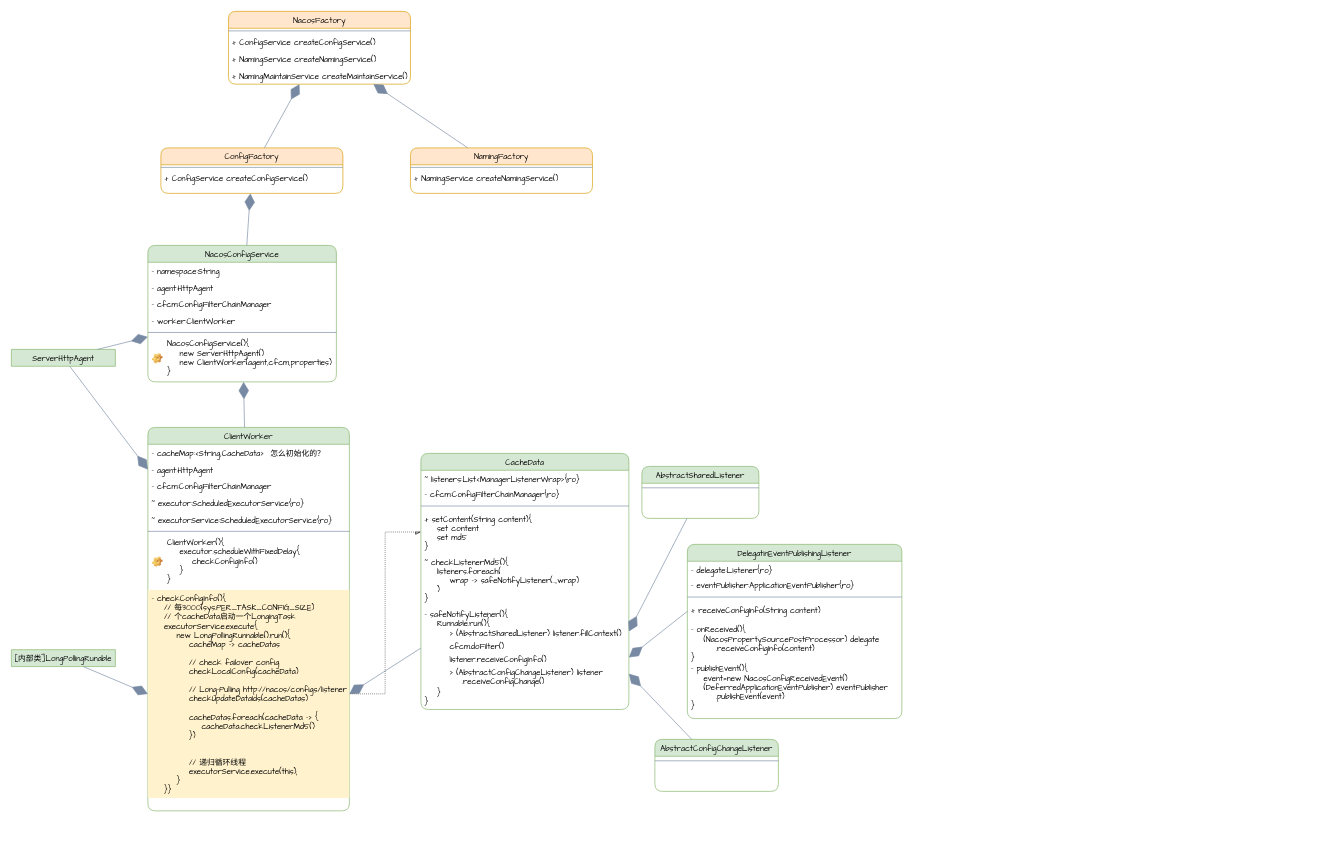
Above: page "Nacos类图梳理" (2 of 2) of diagrams.net/Nacos架构梳理.drawio in ZhengweiHou/simplegit (draw.io), before the change. Source tidied: cells renumbered, new cells numbered last; positions are measured from the earlier drawing's top-left corner, leaving out a move shared by most shapes. Both pictures are drawn from the tidied source at 65%, with x=0, y=0 at pixel (11, 11).
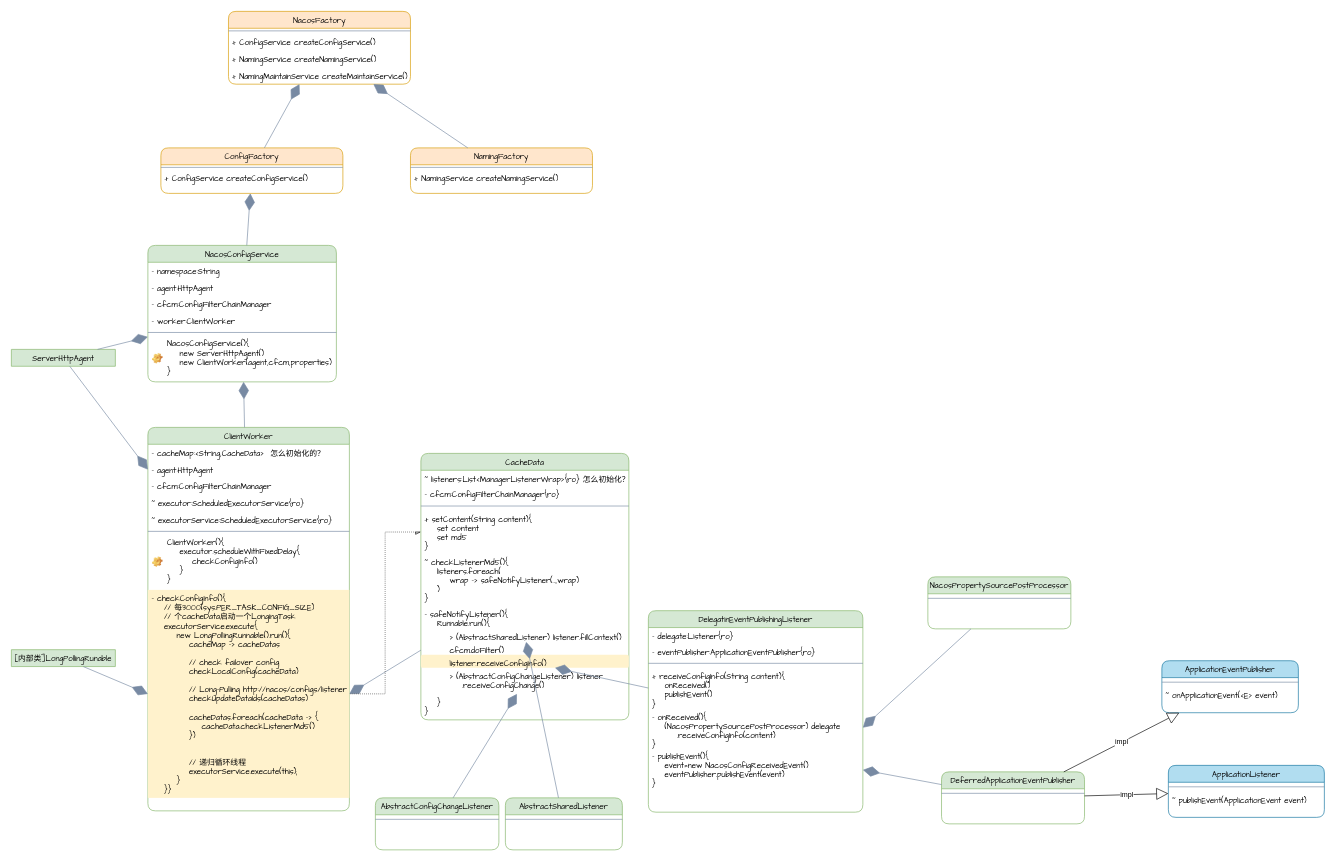
The same diagram, later.

Change to the diagram source:
```diff
@@
     <mxCell id="38" value="CacheData" style="swimlane;fontStyle=0;align=center;verticalAlign=top;horizontal=1;startSize=26;shadow=0;strokeWidth=1;fillColor=#d5e8d4;strokeColor=#82b366;fontFamily=Comic Sans MS;fontColor=#000000;rounded=1;sketch=0;" parent="1" vertex="1">
-      <mxGeometry x="630" y="680" width="320" height="394" as="geometry" />
+      <mxGeometry x="630" y="680" width="320" height="410" as="geometry" />
     </mxCell>
-    <mxCell id="39" value="~ listeners:List&lt;ManagerListenerWrap&gt;{ro}" style="text;strokeColor=none;fillColor=none;align=left;verticalAlign=top;spacingLeft=4;spacingRight=4;overflow=hidden;rounded=1;sketch=0;fontFamily=Comic Sans MS;fontColor=#000000;" parent="38" vertex="1">
+    <mxCell id="39" value="~ listeners:List&lt;ManagerListenerWrap&gt;{ro} 怎么初始化？" style="text;strokeColor=none;fillColor=none;align=left;verticalAlign=top;spacingLeft=4;spacingRight=4;overflow=hidden;rounded=1;sketch=0;fontFamily=Comic Sans MS;fontColor=#000000;" parent="38" vertex="1">
       <mxGeometry y="26" width="320" height="24" as="geometry" />
     </mxCell>
@@
-    <mxCell id="44" value="- safeNotifyListener(){&#10;    Runnable.run(){" style="text;strokeColor=none;fillColor=none;align=left;verticalAlign=top;spacingLeft=4;spacingRight=4;overflow=hidden;rounded=1;sketch=0;fontFamily=Comic Sans MS;fontColor=#000000;" parent="38" vertex="1">
-      <mxGeometry y="234" width="320" height="30" as="geometry" />
+    <mxCell id="44" value="- safeNotifyListener(){&#10;    Runnable.run(){" style="text;strokeColor=none;fillColor=none;align=left;verticalAlign=top;spacingLeft=4;spacingRight=4;overflow=hidden;rounded=1;sketch=0;fontFamily=Comic Sans MS;" parent="38" vertex="1">
+      <mxGeometry y="234" width="320" height="36" as="geometry" />
     </mxCell>
-    <mxCell id="45" value="        &gt; (AbstractSharedListener) listener.fillContext()" style="text;strokeColor=none;fillColor=none;align=left;verticalAlign=top;spacingLeft=4;spacingRight=4;overflow=hidden;points=[[0,0.5],[1,0.5]];portConstraint=eastwest;rounded=1;sketch=0;fontFamily=Comic Sans MS;fontColor=#000000;" parent="38" vertex="1">
-      <mxGeometry y="264" width="320" height="20" as="geometry" />
+    <mxCell id="45" value="        &gt; (AbstractSharedListener) listener.fillContext()" style="text;strokeColor=none;fillColor=none;align=left;verticalAlign=top;spacingLeft=4;spacingRight=4;overflow=hidden;points=[[0,0.5],[1,0.5]];portConstraint=eastwest;rounded=1;sketch=0;fontFamily=Comic Sans MS;" parent="38" vertex="1">
+      <mxGeometry y="270" width="320" height="20" as="geometry" />
     </mxCell>
-    <mxCell id="46" value="        cfcm.doFilter()" style="text;strokeColor=none;fillColor=none;align=left;verticalAlign=top;spacingLeft=4;spacingRight=4;overflow=hidden;rounded=1;sketch=0;fontFamily=Comic Sans MS;fontColor=#000000;" parent="38" vertex="1">
-      <mxGeometry y="284" width="320" height="20" as="geometry" />
+    <mxCell id="46" value="        cfcm.doFilter()" style="text;strokeColor=none;fillColor=none;align=left;verticalAlign=top;spacingLeft=4;spacingRight=4;overflow=hidden;rounded=1;sketch=0;fontFamily=Comic Sans MS;" parent="38" vertex="1">
+      <mxGeometry y="290" width="320" height="20" as="geometry" />
     </mxCell>
-    <mxCell id="47" value="        listener.receiveConfigInfo()" style="text;strokeColor=none;fillColor=none;align=left;verticalAlign=top;spacingLeft=4;spacingRight=4;overflow=hidden;points=[[0,0.5],[1,0.5]];portConstraint=eastwest;rounded=1;sketch=0;fontFamily=Comic Sans MS;fontColor=#000000;" parent="38" vertex="1">
-      <mxGeometry y="304" width="320" height="20" as="geometry" />
+    <mxCell id="47" value="        listener.receiveConfigInfo()" style="text;strokeColor=none;fillColor=#fff2cc;align=left;verticalAlign=top;spacingLeft=4;spacingRight=4;overflow=hidden;points=[[0,0.5],[1,0.5]];portConstraint=eastwest;rounded=1;sketch=0;fontFamily=Comic Sans MS;" parent="38" vertex="1">
+      <mxGeometry y="310" width="320" height="20" as="geometry" />
     </mxCell>
-    <mxCell id="48" value="        &gt; (AbstractConfigChangeListener) listener&#10;            .receiveConfigChange()" style="text;strokeColor=none;fillColor=none;align=left;verticalAlign=top;spacingLeft=4;spacingRight=4;overflow=hidden;points=[[0,0.5],[1,0.5]];portConstraint=eastwest;rounded=1;sketch=0;fontFamily=Comic Sans MS;fontColor=#000000;" parent="38" vertex="1">
-      <mxGeometry y="324" width="320" height="30" as="geometry" />
+    <mxCell id="48" value="        &gt; (AbstractConfigChangeListener) listener&#10;            .receiveConfigChange()" style="text;strokeColor=none;fillColor=none;align=left;verticalAlign=top;spacingLeft=4;spacingRight=4;overflow=hidden;points=[[0,0.5],[1,0.5]];portConstraint=eastwest;rounded=1;sketch=0;fontFamily=Comic Sans MS;" parent="38" vertex="1">
+      <mxGeometry y="330" width="320" height="40" as="geometry" />
     </mxCell>
-    <mxCell id="49" value="    }&#10;}" style="text;strokeColor=none;fillColor=none;align=left;verticalAlign=top;spacingLeft=4;spacingRight=4;overflow=hidden;rounded=1;sketch=0;fontFamily=Comic Sans MS;fontColor=#000000;" parent="38" vertex="1">
-      <mxGeometry y="354" width="320" height="40" as="geometry" />
+    <mxCell id="49" value="    }&#10;}" style="text;strokeColor=none;fillColor=none;align=left;verticalAlign=top;spacingLeft=4;spacingRight=4;overflow=hidden;rounded=1;sketch=0;fontFamily=Comic Sans MS;" parent="38" vertex="1">
+      <mxGeometry y="370" width="320" height="40" as="geometry" />
     </mxCell>
@@
     <mxCell id="51" value="DelegatinEventPublishingListener" style="swimlane;fontStyle=0;align=center;verticalAlign=top;horizontal=1;startSize=26;shadow=0;strokeWidth=1;fillColor=#d5e8d4;strokeColor=#82b366;fontFamily=Comic Sans MS;fontColor=#000000;rounded=1;sketch=0;" parent="1" vertex="1">
-      <mxGeometry x="1040" y="820" width="330" height="268" as="geometry" />
+      <mxGeometry x="980" y="922" width="330" height="310" as="geometry" />
     </mxCell>
@@
-    <mxCell id="55" value="+ receiveConfigInfo(String content)" style="text;strokeColor=none;fillColor=none;align=left;verticalAlign=top;spacingLeft=4;spacingRight=4;overflow=hidden;points=[[0,0.5],[1,0.5]];portConstraint=eastwest;rounded=1;sketch=0;fontFamily=Comic Sans MS;fontColor=#000000;" parent="51" vertex="1">
-      <mxGeometry y="88" width="330" height="30" as="geometry" />
+    <mxCell id="55" value="+ receiveConfigInfo(String content){&#10;    onReceived()&#10;    publishEvent()&#10;}" style="text;strokeColor=none;fillColor=none;align=left;verticalAlign=top;spacingLeft=4;spacingRight=4;overflow=hidden;points=[[0,0.5],[1,0.5]];portConstraint=eastwest;rounded=1;sketch=0;fontFamily=Comic Sans MS;fontColor=#000000;" parent="51" vertex="1">
+      <mxGeometry y="88" width="330" height="62" as="geometry" />
     </mxCell>
     <mxCell id="56" value="- onReceived(){&#10;    (NacosPropertySourcePostProcessor) delegate&#10;        .receiveConfigInfo(content)&#10;}" style="text;strokeColor=none;fillColor=none;align=left;verticalAlign=top;spacingLeft=4;spacingRight=4;overflow=hidden;points=[[0,0.5],[1,0.5]];portConstraint=eastwest;rounded=1;sketch=0;fontFamily=Comic Sans MS;fontColor=#000000;" parent="51" vertex="1">
-      <mxGeometry y="118" width="330" height="60" as="geometry" />
+      <mxGeometry y="150" width="330" height="60" as="geometry" />
     </mxCell>
-    <mxCell id="57" value="- publishEvent(){&#10;    event=new NacosConfigReceivedEvent()&#10;    (DeferredApplicationEventPublisher) eventPublisher&#10;        .publishEvent(event)&#10;}" style="text;strokeColor=none;fillColor=none;align=left;verticalAlign=top;spacingLeft=4;spacingRight=4;overflow=hidden;points=[[0,0.5],[1,0.5]];portConstraint=eastwest;rounded=1;sketch=0;fontFamily=Comic Sans MS;fontColor=#000000;" parent="51" vertex="1">
-      <mxGeometry y="178" width="330" height="90" as="geometry" />
+    <mxCell id="57" value="- publishEvent(){&#10;    event=new NacosConfigReceivedEvent()&#10;    eventPublisher.publishEvent(event)&#10;}" style="text;strokeColor=none;fillColor=none;align=left;verticalAlign=top;spacingLeft=4;spacingRight=4;overflow=hidden;points=[[0,0.5],[1,0.5]];portConstraint=eastwest;rounded=1;sketch=0;fontFamily=Comic Sans MS;fontColor=#000000;" parent="51" vertex="1">
+      <mxGeometry y="210" width="330" height="70" as="geometry" />
     </mxCell>
@@
-    <mxCell id="59" style="endArrow=diamondThin;endFill=1;endSize=24;html=1;fontColor=#000000;strokeColor=#788AA3;fillColor=#B2C9AB;fontFamily=Comic Sans MS;sketch=0;fontStyle=0;entryX=1;entryY=0.5;entryDx=0;entryDy=0;exitX=0;exitY=0.5;exitDx=0;exitDy=0;" parent="1" edge="1" source="55" target="47">
+    <mxCell id="59" style="endArrow=diamondThin;endFill=1;endSize=24;html=1;fontColor=#000000;strokeColor=#788AA3;fillColor=#B2C9AB;fontFamily=Comic Sans MS;sketch=0;fontStyle=0;exitX=0;exitY=0.5;exitDx=0;exitDy=0;" parent="1" edge="1" source="55" target="47">
       <mxGeometry relative="1" as="geometry" />
     </mxCell>
     <mxCell id="60" value="AbstractSharedListener" style="swimlane;fontStyle=0;align=center;verticalAlign=top;horizontal=1;startSize=26;shadow=0;strokeWidth=1;fillColor=#d5e8d4;strokeColor=#82b366;fontFamily=Comic Sans MS;fontColor=#000000;rounded=1;sketch=0;" parent="1" vertex="1">
-      <mxGeometry x="970" y="700" width="180" height="80" as="geometry" />
+      <mxGeometry x="760" y="1210" width="180" height="80" as="geometry" />
     </mxCell>
@@
     <mxCell id="62" value="AbstractConfigChangeListener" style="swimlane;fontStyle=0;align=center;verticalAlign=top;horizontal=1;startSize=26;shadow=0;strokeWidth=1;fillColor=#d5e8d4;strokeColor=#82b366;fontFamily=Comic Sans MS;fontColor=#000000;rounded=1;sketch=0;" parent="1" vertex="1">
-      <mxGeometry x="990" y="1120" width="190" height="80" as="geometry" />
+      <mxGeometry x="560" y="1210" width="190" height="80" as="geometry" />
     </mxCell>
@@
-    <mxCell id="64" style="endArrow=diamondThin;endFill=1;endSize=24;html=1;fontColor=#000000;strokeColor=#788AA3;fillColor=#B2C9AB;fontFamily=Comic Sans MS;sketch=0;fontStyle=0;entryX=1;entryY=0.5;entryDx=0;entryDy=0;" parent="1" edge="1" source="62" target="48">
+    <mxCell id="64" style="endArrow=diamondThin;endFill=1;endSize=24;html=1;fontColor=#000000;strokeColor=#788AA3;fillColor=#B2C9AB;fontFamily=Comic Sans MS;sketch=0;fontStyle=0;" parent="1" edge="1" source="62" target="48">
       <mxGeometry relative="1" as="geometry" />
     </mxCell>
-    <mxCell id="65" style="endArrow=diamondThin;endFill=1;endSize=24;html=1;fontColor=#000000;strokeColor=#788AA3;fillColor=#B2C9AB;fontFamily=Comic Sans MS;sketch=0;fontStyle=0;entryX=1;entryY=0.5;entryDx=0;entryDy=0;" parent="1" edge="1" source="60" target="45">
+    <mxCell id="65" style="endArrow=diamondThin;endFill=1;endSize=24;html=1;fontColor=#000000;strokeColor=#788AA3;fillColor=#B2C9AB;fontFamily=Comic Sans MS;sketch=0;fontStyle=0;" parent="1" edge="1" source="60" target="45">
       <mxGeometry relative="1" as="geometry" />
     </mxCell>
+    <mxCell id="66" value="ApplicationEventPublisher" style="swimlane;fontStyle=0;align=center;verticalAlign=top;horizontal=1;startSize=26;shadow=0;strokeWidth=1;fillColor=#b1ddf0;strokeColor=#10739e;fontFamily=Comic Sans MS;rounded=1;sketch=0;" parent="1" vertex="1">
+      <mxGeometry x="1770" y="999" width="210" height="80" as="geometry" />
+    </mxCell>
+    <mxCell id="67" style="line;strokeWidth=1;fillColor=none;align=left;verticalAlign=middle;spacingTop=-1;spacingLeft=3;spacingRight=3;labelPosition=right;fontColor=#000000;fontFamily=Comic Sans MS;strokeColor=#788AA3;rounded=1;sketch=0;fontStyle=0;" parent="66" vertex="1">
+      <mxGeometry y="26" width="210" height="14" as="geometry" />
+    </mxCell>
+    <mxCell id="68" value="~ onApplicationEvent(&lt;E&gt; event)" style="text;strokeColor=none;fillColor=none;align=left;verticalAlign=top;spacingLeft=4;spacingRight=4;overflow=hidden;rounded=1;sketch=0;fontFamily=Comic Sans MS;fontColor=#000000;" parent="66" vertex="1">
+      <mxGeometry y="40" width="210" height="30" as="geometry" />
+    </mxCell>
+    <mxCell id="69" value="DeferredApplicationEventPublisher" style="swimlane;fontStyle=0;align=center;verticalAlign=top;horizontal=1;startSize=26;shadow=0;strokeWidth=1;fillColor=#d5e8d4;strokeColor=#82b366;fontFamily=Comic Sans MS;fontColor=#000000;rounded=1;sketch=0;" parent="1" vertex="1">
+      <mxGeometry x="1431" y="1170" width="220" height="80" as="geometry" />
+    </mxCell>
+    <mxCell id="70" style="line;strokeWidth=1;fillColor=none;align=left;verticalAlign=middle;spacingTop=-1;spacingLeft=3;spacingRight=3;labelPosition=right;fontColor=#000000;fontFamily=Comic Sans MS;strokeColor=#788AA3;rounded=1;sketch=0;fontStyle=0;" parent="69" vertex="1">
+      <mxGeometry y="26" width="220" height="14" as="geometry" />
+    </mxCell>
+    <mxCell id="71" value="impl" style="endArrow=block;endSize=16;endFill=0;html=1;rounded=0;" parent="1" edge="1" source="69" target="66">
+      <mxGeometry relative="1" as="geometry" />
+    </mxCell>
+    <mxCell id="72" style="endArrow=diamondThin;endFill=1;endSize=24;html=1;fontColor=#000000;strokeColor=#788AA3;fillColor=#B2C9AB;fontFamily=Comic Sans MS;sketch=0;fontStyle=0;entryX=1;entryY=0.5;entryDx=0;entryDy=0;" parent="1" edge="1" source="69" target="57">
+      <mxGeometry relative="1" as="geometry" />
+    </mxCell>
+    <mxCell id="73" value="ApplicationListener" style="swimlane;fontStyle=0;align=center;verticalAlign=top;horizontal=1;startSize=26;shadow=0;strokeWidth=1;fillColor=#b1ddf0;strokeColor=#10739e;fontFamily=Comic Sans MS;rounded=1;sketch=0;" parent="1" vertex="1">
+      <mxGeometry x="1780" y="1160" width="240" height="80" as="geometry" />
+    </mxCell>
+    <mxCell id="74" style="line;strokeWidth=1;fillColor=none;align=left;verticalAlign=middle;spacingTop=-1;spacingLeft=3;spacingRight=3;labelPosition=right;fontColor=#000000;fontFamily=Comic Sans MS;strokeColor=#788AA3;rounded=1;sketch=0;fontStyle=0;" parent="73" vertex="1">
+      <mxGeometry y="26" width="240" height="14" as="geometry" />
+    </mxCell>
+    <mxCell id="75" value="~ publishEvent(ApplicationEvent event)" style="text;strokeColor=none;fillColor=none;align=left;verticalAlign=top;spacingLeft=4;spacingRight=4;overflow=hidden;rounded=1;sketch=0;fontFamily=Comic Sans MS;fontColor=#000000;" parent="73" vertex="1">
+      <mxGeometry y="40" width="240" height="30" as="geometry" />
+    </mxCell>
+    <mxCell id="76" value="impl" style="endArrow=block;endSize=16;endFill=0;html=1;rounded=0;" parent="1" edge="1" source="69" target="73">
+      <mxGeometry relative="1" as="geometry" />
+    </mxCell>
+    <mxCell id="77" value="NacosPropertySourcePostProcessor" style="swimlane;fontStyle=0;align=center;verticalAlign=top;horizontal=1;startSize=26;shadow=0;strokeWidth=1;fillColor=#d5e8d4;strokeColor=#82b366;fontFamily=Comic Sans MS;fontColor=#000000;rounded=1;sketch=0;" parent="1" vertex="1">
+      <mxGeometry x="1410" y="870" width="220" height="80" as="geometry" />
+    </mxCell>
+    <mxCell id="78" style="line;strokeWidth=1;fillColor=none;align=left;verticalAlign=middle;spacingTop=-1;spacingLeft=3;spacingRight=3;labelPosition=right;fontColor=#000000;fontFamily=Comic Sans MS;strokeColor=#788AA3;rounded=1;sketch=0;fontStyle=0;" parent="77" vertex="1">
+      <mxGeometry y="26" width="220" height="14" as="geometry" />
+    </mxCell>
+    <mxCell id="79" style="endArrow=diamondThin;endFill=1;endSize=24;html=1;fontColor=#000000;strokeColor=#788AA3;fillColor=#B2C9AB;fontFamily=Comic Sans MS;sketch=0;fontStyle=0;entryX=1;entryY=0.5;entryDx=0;entryDy=0;" parent="1" edge="1" source="77" target="56">
+      <mxGeometry relative="1" as="geometry" />
+    </mxCell>
```
